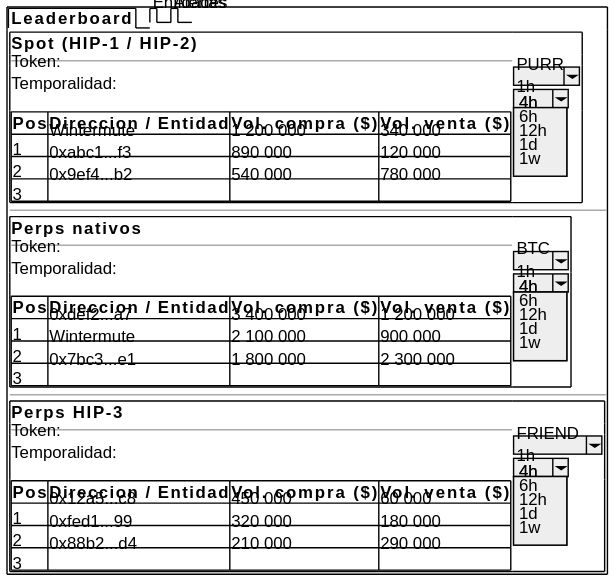
This is imagenes/capitulo2/prototipo-leaderboard.svg from nekiiiiis/tfg, a PlantUML export, as it was before one commit.
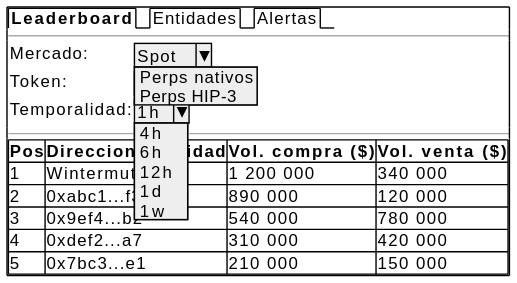
After the change.

Change to the diagram source:
```diff
@@ -1,47 +1,20 @@
 @startsalt
-
 {+
   {/ <b>Leaderboard | Entidades | Alertas }
+  ---
   {
-    {+
-      <b>Spot (HIP-1 / HIP-2)
-      ---
-      Token: | ^PURR^
-      Temporalidad: | ^1h ^ 4h ^ 6h ^ 12h ^ 1d ^ 1w^
-      {#
-        <b>Pos | <b>Direccion / Entidad | <b>Vol. compra ($) | <b>Vol. venta ($)
-        1 | Wintermute | 1 200 000 | 340 000
-        2 | 0xabc1...f3 | 890 000 | 120 000
-        3 | 0x9ef4...b2 | 540 000 | 780 000
-      }
-    }
-    ---
-    {+
-      <b>Perps nativos
-      ---
-      Token: | ^BTC^
-      Temporalidad: | ^1h ^ 4h ^ 6h ^ 12h ^ 1d ^ 1w^
-      {#
-        <b>Pos | <b>Direccion / Entidad | <b>Vol. compra ($) | <b>Vol. venta ($)
-        1 | 0xdef2...a7 | 3 400 000 | 1 200 000
-        2 | Wintermute | 2 100 000 | 900 000
-        3 | 0x7bc3...e1 | 1 800 000 | 2 300 000
-      }
-    }
-    ---
-    {+
-      <b>Perps HIP-3
-      ---
-      Token: | ^FRIEND^
-      Temporalidad: | ^1h ^ 4h ^ 6h ^ 12h ^ 1d ^ 1w^
-      {#
-        <b>Pos | <b>Direccion / Entidad | <b>Vol. compra ($) | <b>Vol. venta ($)
-        1 | 0x12a5...c8 | 450 000 | 60 000
-        2 | 0xfed1...99 | 320 000 | 180 000
-        3 | 0x88b2...d4 | 210 000 | 290 000
-      }
-    }
+    Mercado: | ^Spot ^ Perps nativos ^ Perps HIP-3^
+    Token:   | ^PURR^
+    Temporalidad: | ^1h ^ 4h ^ 6h ^ 12h ^ 1d ^ 1w^
+  }
+  ---
+  {#
+    <b>Pos | <b>Direccion / Entidad      | <b>Vol. compra ($) | <b>Vol. venta ($)
+    1   | Wintermute                 | 1 200 000          | 340 000
+    2   | 0xabc1...f3                | 890 000            | 120 000
+    3   | 0x9ef4...b2                | 540 000            | 780 000
+    4   | 0xdef2...a7                | 310 000            | 420 000
+    5   | 0x7bc3...e1                | 210 000            | 150 000
   }
 }
-
 @endsalt
```
